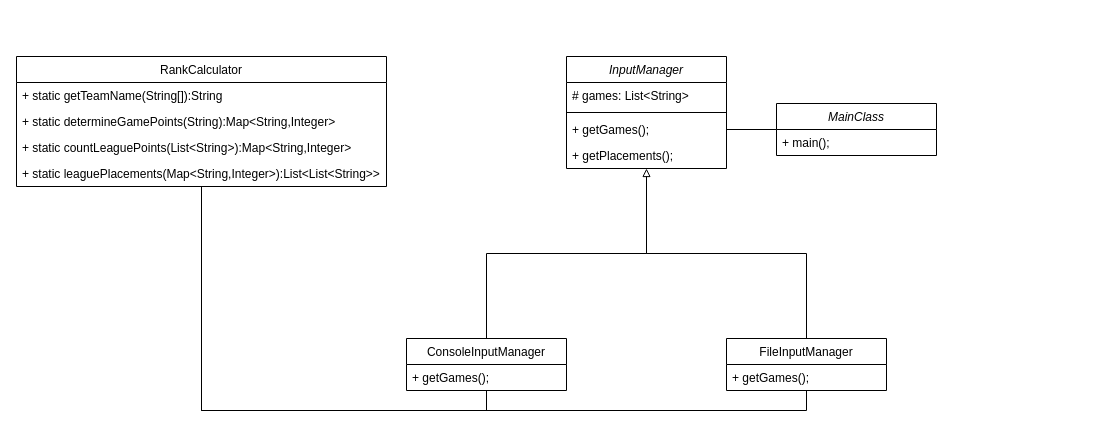
The draw.io diagram ClassDiagram.drawio in ElGamerBroChris/SPAN_INTERVIEW, before the edit. Source tidied: cells renumbered, new cells numbered last; positions are measured from the earlier drawing's top-left corner, leaving out a move shared by most shapes. Both pictures are drawn from the tidied source at 100%, with x=0, y=0 at pixel (16, 56).
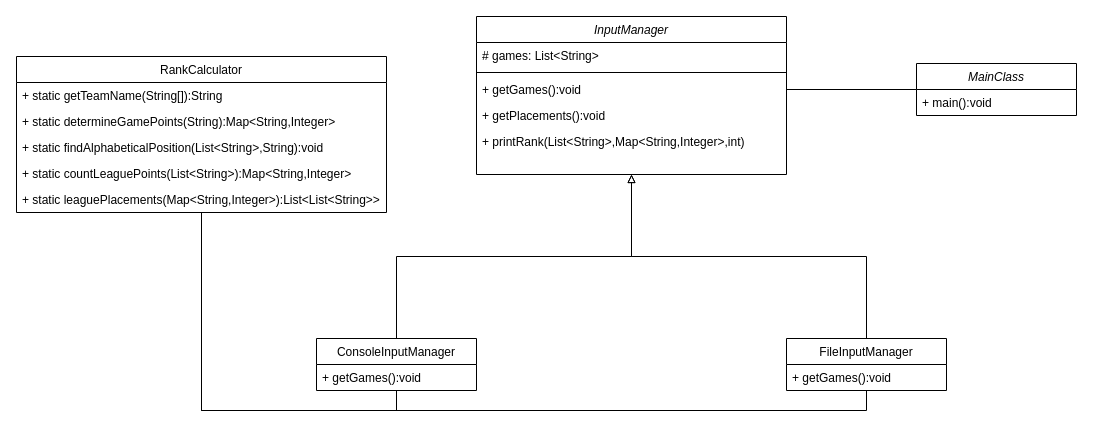
The same page after the edit.

Change to the diagram source:
```diff
@@
     <mxCell id="2" value="InputManager" style="swimlane;fontStyle=2;align=center;verticalAlign=top;horizontal=1;startSize=26;rounded=0;shadow=0;strokeWidth=1;" parent="1" vertex="1">
-      <mxGeometry x="550" width="160" height="112" as="geometry" />
+      <mxGeometry x="460" y="-40" width="310" height="158" as="geometry" />
     </mxCell>
     <mxCell id="3" value="# games: List&lt;String&gt;" style="text;align=left;verticalAlign=top;spacingLeft=4;spacingRight=4;overflow=hidden;" parent="2" vertex="1">
-      <mxGeometry y="26" width="160" height="26" as="geometry" />
+      <mxGeometry y="26" width="310" height="26" as="geometry" />
     </mxCell>
     <mxCell id="4" style="line;html=1;strokeWidth=1;align=left;verticalAlign=middle;spacingTop=-1;spacingLeft=3;spacingRight=3;labelPosition=right;" parent="2" vertex="1">
-      <mxGeometry y="52" width="160" height="8" as="geometry" />
+      <mxGeometry y="52" width="310" height="8" as="geometry" />
     </mxCell>
-    <mxCell id="5" value="+ getGames();" style="text;align=left;verticalAlign=top;spacingLeft=4;spacingRight=4;overflow=hidden;points=[[0,0.5],[1,0.5]];portConstraint=eastwest;" parent="2" vertex="1">
-      <mxGeometry y="60" width="160" height="26" as="geometry" />
+    <mxCell id="5" value="+ getGames():void" style="text;align=left;verticalAlign=top;spacingLeft=4;spacingRight=4;overflow=hidden;points=[[0,0.5],[1,0.5]];portConstraint=eastwest;" parent="2" vertex="1">
+      <mxGeometry y="60" width="310" height="26" as="geometry" />
     </mxCell>
-    <mxCell id="6" value="+ getPlacements();" style="text;align=left;verticalAlign=top;spacingLeft=4;spacingRight=4;overflow=hidden;" parent="2" vertex="1">
-      <mxGeometry y="86" width="160" height="26" as="geometry" />
+    <mxCell id="6" value="+ getPlacements():void" style="text;align=left;verticalAlign=top;spacingLeft=4;spacingRight=4;overflow=hidden;" parent="2" vertex="1">
+      <mxGeometry y="86" width="310" height="26" as="geometry" />
     </mxCell>
+    <mxCell id="23" value="+ printRank(List&lt;String&gt;,Map&lt;String,Integer&gt;,int)" style="text;align=left;verticalAlign=top;spacingLeft=4;spacingRight=4;overflow=hidden;" parent="2" vertex="1">
+      <mxGeometry y="112" width="310" height="26" as="geometry" />
+    </mxCell>
@@
     <mxCell id="8" value="ConsoleInputManager" style="swimlane;fontStyle=0;align=center;verticalAlign=top;horizontal=1;startSize=26;rounded=0;shadow=0;strokeWidth=1;" parent="1" vertex="1">
-      <mxGeometry x="390" y="282" width="160" height="52" as="geometry" />
+      <mxGeometry x="300" y="282" width="160" height="52" as="geometry" />
     </mxCell>
-    <mxCell id="9" value="+ getGames();" style="text;align=left;verticalAlign=top;spacingLeft=4;spacingRight=4;overflow=hidden;" parent="8" vertex="1">
+    <mxCell id="9" value="+ getGames():void" style="text;align=left;verticalAlign=top;spacingLeft=4;spacingRight=4;overflow=hidden;" parent="8" vertex="1">
       <mxGeometry y="26" width="160" height="26" as="geometry" />
     </mxCell>
-    <mxCell id="10" style="edgeStyle=orthogonalEdgeStyle;rounded=0;jettySize=auto;html=1;exitX=0.5;exitY=0;exitDx=0;exitDy=0;endArrow=none;endFill=0;" parent="1" edge="1" source="11">
-      <mxGeometry relative="1" as="geometry">
-        <mxPoint x="630" y="120" as="targetPoint" />
-        <Array as="points">
-          <mxPoint x="790" y="197" />
-          <mxPoint x="630" y="197" />
-        </Array>
-      </mxGeometry>
-    </mxCell>
+    <mxCell id="24" style="edgeStyle=orthogonalEdgeStyle;rounded=0;jettySize=auto;html=1;exitX=0.5;exitY=0;exitDx=0;exitDy=0;entryX=0.5;entryY=1;entryDx=0;entryDy=0;endArrow=block;endFill=0;" parent="1" edge="1" source="11" target="2">
+      <mxGeometry relative="1" as="geometry" />
+    </mxCell>
     <mxCell id="11" value="FileInputManager" style="swimlane;fontStyle=0;align=center;verticalAlign=top;horizontal=1;startSize=26;rounded=0;shadow=0;strokeWidth=1;" parent="1" vertex="1">
-      <mxGeometry x="710" y="282" width="160" height="52" as="geometry" />
+      <mxGeometry x="770" y="282" width="160" height="52" as="geometry" />
     </mxCell>
-    <mxCell id="12" value="+ getGames();" style="text;align=left;verticalAlign=top;spacingLeft=4;spacingRight=4;overflow=hidden;" parent="11" vertex="1">
+    <mxCell id="12" value="+ getGames():void" style="text;align=left;verticalAlign=top;spacingLeft=4;spacingRight=4;overflow=hidden;" parent="11" vertex="1">
       <mxGeometry y="26" width="160" height="26" as="geometry" />
     </mxCell>
@@
     <mxCell id="15" value="RankCalculator" style="swimlane;fontStyle=0;align=center;verticalAlign=top;horizontal=1;startSize=26;rounded=0;shadow=0;strokeWidth=1;" parent="1" vertex="1">
-      <mxGeometry width="370" height="130" as="geometry" />
+      <mxGeometry width="370" height="156" as="geometry" />
     </mxCell>
@@
+    <mxCell id="25" value="+ static findAlphabeticalPosition(List&lt;String&gt;,String):void" style="text;align=left;verticalAlign=top;spacingLeft=4;spacingRight=4;overflow=hidden;" parent="15" vertex="1">
+      <mxGeometry y="78" width="370" height="26" as="geometry" />
+    </mxCell>
     <mxCell id="18" value="+ static countLeaguePoints(List&lt;String&gt;):Map&lt;String,Integer&gt;" style="text;align=left;verticalAlign=top;spacingLeft=4;spacingRight=4;overflow=hidden;" parent="15" vertex="1">
-      <mxGeometry y="78" width="370" height="26" as="geometry" />
+      <mxGeometry y="104" width="370" height="26" as="geometry" />
     </mxCell>
     <mxCell id="19" value="+ static leaguePlacements(Map&lt;String,Integer&gt;):List&lt;List&lt;String&gt;&gt;" style="text;align=left;verticalAlign=top;spacingLeft=4;spacingRight=4;overflow=hidden;" parent="15" vertex="1">
-      <mxGeometry y="104" width="370" height="26" as="geometry" />
+      <mxGeometry y="130" width="370" height="26" as="geometry" />
     </mxCell>
@@
     <mxCell id="21" value="MainClass" style="swimlane;fontStyle=2;align=center;verticalAlign=top;horizontal=1;startSize=26;rounded=0;shadow=0;strokeWidth=1;" parent="1" vertex="1">
-      <mxGeometry x="760" y="47" width="160" height="52" as="geometry" />
+      <mxGeometry x="900" y="7" width="160" height="52" as="geometry" />
     </mxCell>
-    <mxCell id="22" value="+ main();" style="text;align=left;verticalAlign=top;spacingLeft=4;spacingRight=4;overflow=hidden;" parent="21" vertex="1">
+    <mxCell id="22" value="+ main():void" style="text;align=left;verticalAlign=top;spacingLeft=4;spacingRight=4;overflow=hidden;" parent="21" vertex="1">
       <mxGeometry y="26" width="160" height="26" as="geometry" />
     </mxCell>
```
